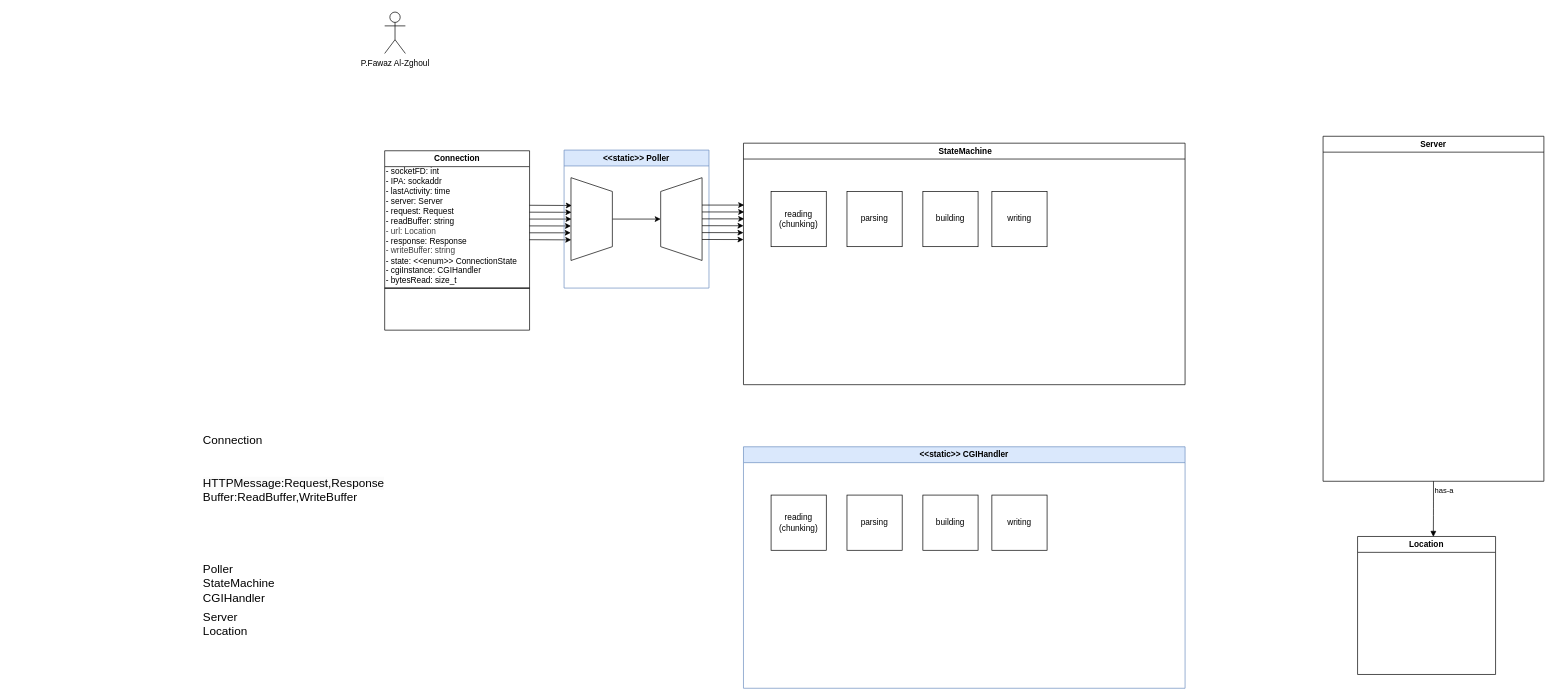
The draw.io diagram docs/dfd.drawio in Andary22/LeftHookRoll, before the edit. Source tidied: cells renumbered, new cells numbered last; positions are measured from the earlier drawing's top-left corner, leaving out a move shared by most shapes. Both pictures are drawn from the tidied source at 69%, with x=0, y=0 at pixel (198, 12).
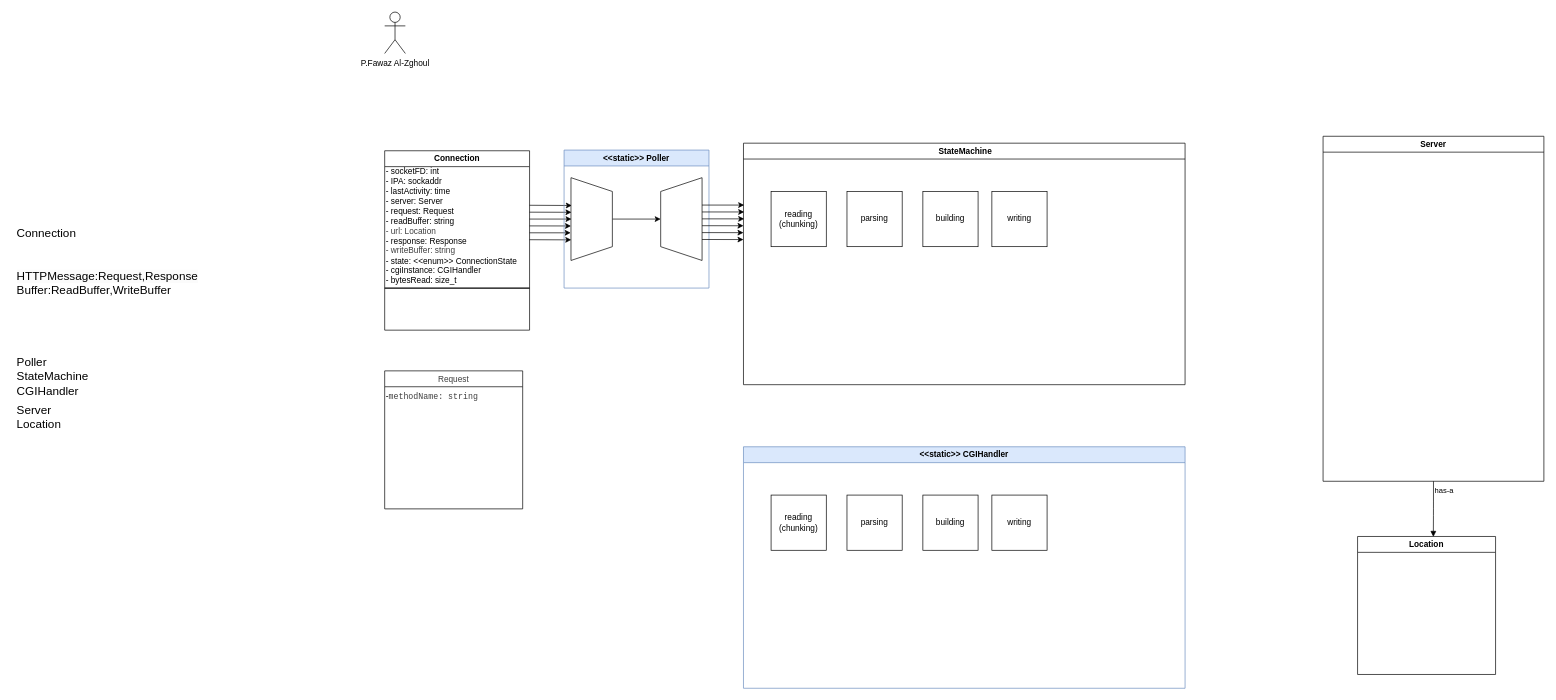
The same page after the edit.

Commit message:
testing the new tool

Change to the diagram source:
```diff
@@
     <mxCell id="37" style="shape=table;startSize=0;childLayout=tableLayout;fontSize=18;fillColor=none;strokeColor=none;strokeWidth=1;" parent="1" vertex="1">
-      <mxGeometry y="590" width="270" height="329" as="geometry" />
+      <mxGeometry x="-270" y="290" width="270" height="329" as="geometry" />
     </mxCell>
@@
+    <mxCell id="48" value="&lt;span style=&quot;color: rgb(63, 63, 63); font-weight: 400; text-align: left;&quot;&gt;Request&lt;/span&gt;" style="swimlane;whiteSpace=wrap;html=1;strokeWidth=1;" parent="1" vertex="1">
+      <mxGeometry x="270" y="520" width="200" height="200" as="geometry" />
+    </mxCell>
+    <mxCell id="49" value="&lt;div&gt;-&lt;span style=&quot;background-color: rgba(255, 255, 255, 0.1); color: rgb(63, 63, 63); font-family: monospace;&quot;&gt;methodName: string&lt;/span&gt;&lt;/div&gt;&lt;div&gt;&lt;span style=&quot;background-color: rgba(255, 255, 255, 0.1); color: rgb(63, 63, 63); font-family: monospace;&quot;&gt;&lt;br&gt;&lt;/span&gt;&lt;/div&gt;" style="text;html=1;align=left;verticalAlign=middle;whiteSpace=wrap;rounded=0;" parent="48" vertex="1">
+      <mxGeometry y="30" width="200" height="30" as="geometry" />
+    </mxCell>
```
